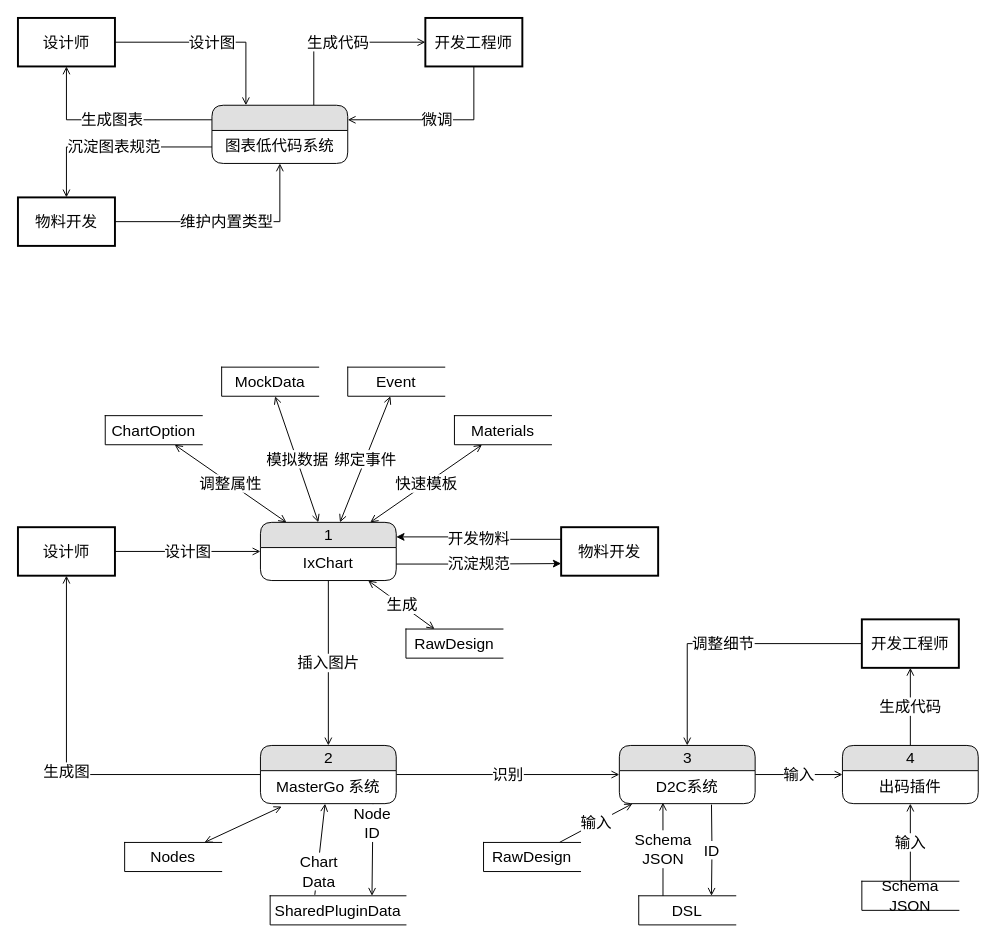
Above: page "数据流图" (4 of 10) of lowCode/lc.drawio in zhuoooo/doodles (draw.io), before the change. Source tidied: cells renumbered, new cells numbered last; positions are measured from the earlier drawing's top-left corner, leaving out a move shared by most shapes. Both pictures are drawn from the tidied source at 97%, with x=0, y=0 at pixel (17, 17).
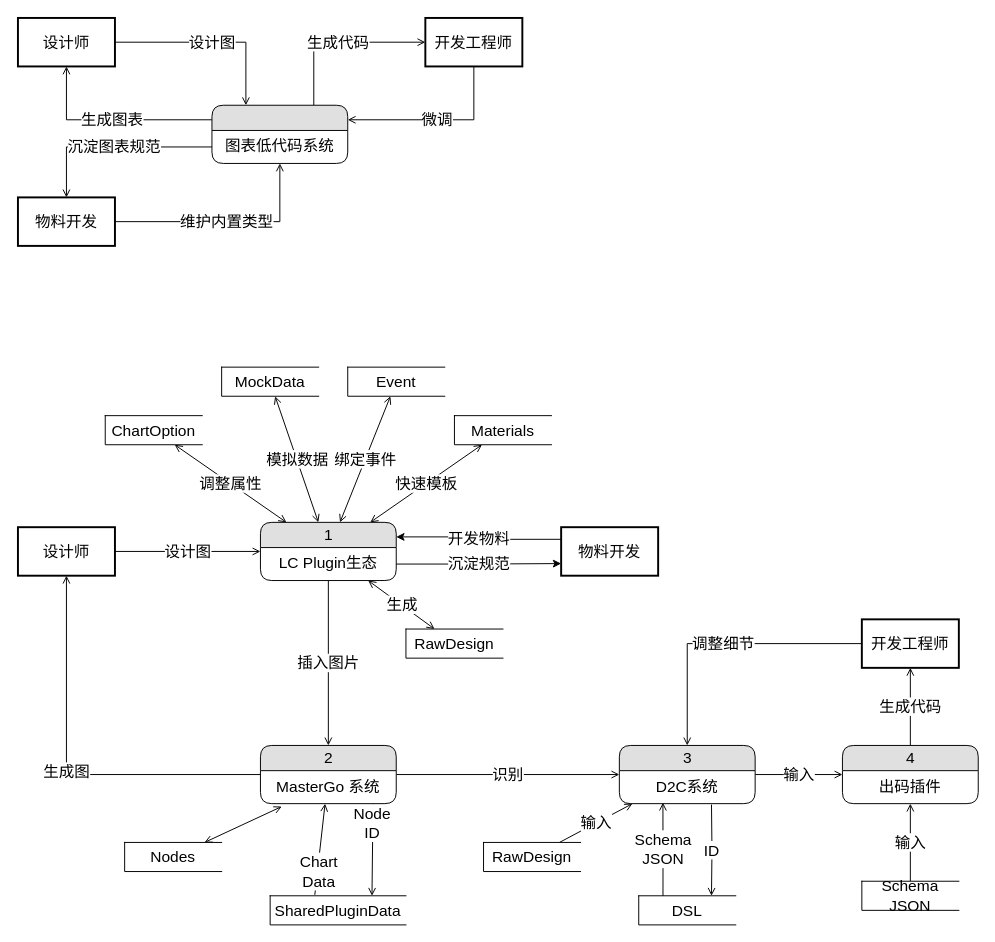
The same page after the edit.

The change refers to these unchanged cells:
```xml
<mxCell id="26" value="1" style="swimlane;html=1;fontStyle=0;horizontal=1;startSize=26;fillColor=#e0e0e0;swimlaneFillColor=#ffffff;align=center;rounded=1;shadow=0;comic=0;labelBackgroundColor=none;strokeWidth=1;fontFamily=微软雅黑;fontSize=16;" parent="1" vertex="1">
  <mxGeometry x="250" y="520" width="140" height="60" as="geometry" />
</mxCell>
```

Change to the diagram source:
```diff
@@
-    <mxCell id="27" value="IxChart" style="text;html=1;strokeColor=none;fillColor=none;spacingLeft=4;spacingRight=4;whiteSpace=wrap;overflow=hidden;points=[[0,0.5],[1,0.5]];portConstraint=eastwest;align=center;fontSize=16;fontFamily=微软雅黑;" parent="26" vertex="1">
+    <mxCell id="27" value="LC Plugin生态" style="text;html=1;strokeColor=none;fillColor=none;spacingLeft=4;spacingRight=4;whiteSpace=wrap;overflow=hidden;points=[[0,0.5],[1,0.5]];portConstraint=eastwest;align=center;fontSize=16;fontFamily=微软雅黑;" parent="26" vertex="1">
       <mxGeometry y="26" width="140" height="34" as="geometry" />
     </mxCell>
```
